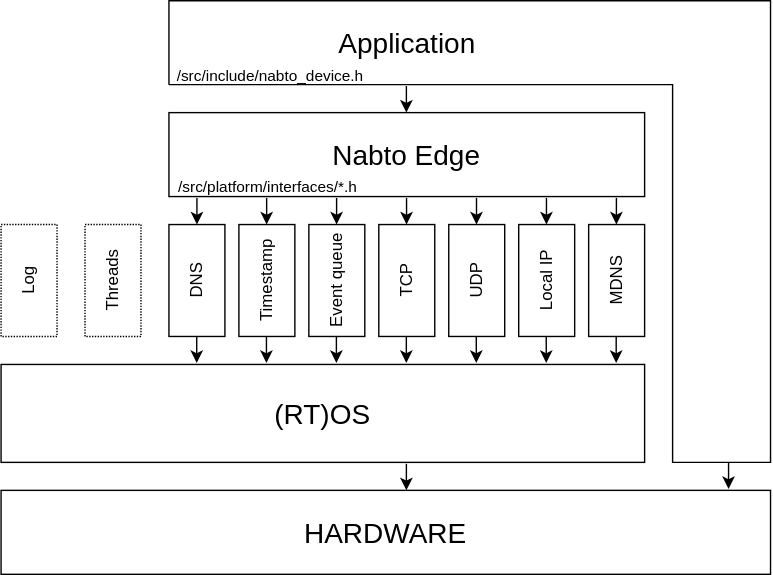
Before: doc/images/platform_integration_overview.svg, a diagram exported from draw.io (nabto/nabto-embedded-sdk). Source tidied: cells renumbered, new cells last; positions are measured from the earlier drawing's top-left corner, leaving out a move shared by most shapes.
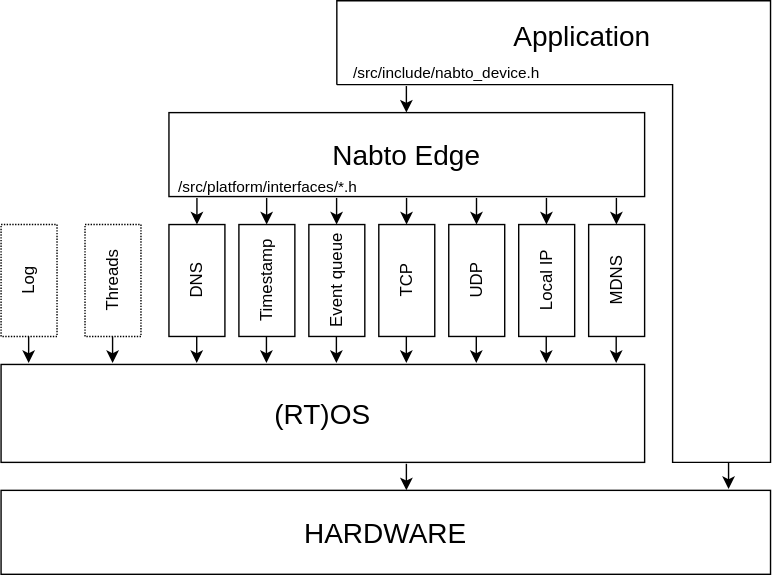
Later version of the same file.

What changed in the source:
```diff
@@ -117,19 +117,19 @@
     </mxCell>
     <mxCell id="26" style="endArrow=none;html=1;rounded=0;strokeColor=#000000;" parent="1" edge="1">
       <mxGeometry relative="1" as="geometry">
-        <mxPoint x="120" y="60" as="sourcePoint" />
-        <mxPoint x="120" y="60" as="targetPoint" />
+        <mxPoint x="240" y="60" as="sourcePoint" />
+        <mxPoint x="240" y="60" as="targetPoint" />
         <Array as="points">
           <mxPoint x="480" y="60" />
           <mxPoint x="480" y="330" />
           <mxPoint x="550" y="330" />
           <mxPoint x="550" />
-          <mxPoint x="120" />
+          <mxPoint x="240" />
         </Array>
       </mxGeometry>
     </mxCell>
     <mxCell id="27" value="&lt;font style=&quot;font-size: 20px&quot;&gt;Application&lt;/font&gt;" style="text;html=1;align=center;verticalAlign=middle;fontSize=15;" parent="1" vertex="1">
-      <mxGeometry x="235" y="20" width="110" height="20" as="geometry" />
+      <mxGeometry x="360" y="15" width="110" height="20" as="geometry" />
     </mxCell>
     <mxCell id="28" style="endArrow=classic;html=1;entryX=0.5;entryY=0;entryDx=0;entryDy=0;" parent="1" edge="1">
       <mxGeometry relative="1" as="geometry">
@@ -150,7 +150,7 @@
       </mxGeometry>
     </mxCell>
     <mxCell id="31" value="&lt;font style=&quot;font-size: 11px&quot;&gt;/src/include/nabto_device.h&lt;/font&gt;" style="text;html=1;align=left;verticalAlign=middle;fontSize=15;" parent="1" vertex="1">
-      <mxGeometry x="124" y="37" width="150" height="30" as="geometry" />
+      <mxGeometry x="250" y="35" width="150" height="30" as="geometry" />
     </mxCell>
     <mxCell id="32" value="&lt;font style=&quot;font-size: 11px&quot;&gt;/src/platform/interfaces/*.h&lt;/font&gt;" style="text;html=1;align=left;verticalAlign=middle;fontSize=15;labelPosition=center;verticalLabelPosition=middle;" parent="1" vertex="1">
       <mxGeometry x="125" y="116" width="140" height="30" as="geometry" />
@@ -161,5 +161,17 @@
     <mxCell id="34" value="Log" style="rounded=0;whiteSpace=wrap;html=1;rotation=0;horizontal=0;dashed=1;dashPattern=1 1;" parent="1" vertex="1">
       <mxGeometry y="160" width="40" height="80" as="geometry" />
     </mxCell>
+    <mxCell id="35" style="endArrow=classic;html=1;entryX=0.5;entryY=0;entryDx=0;entryDy=0;" parent="1" edge="1">
+      <mxGeometry relative="1" as="geometry">
+        <mxPoint x="79.7" y="240" as="sourcePoint" />
+        <mxPoint x="79.7" y="259" as="targetPoint" />
+      </mxGeometry>
+    </mxCell>
+    <mxCell id="36" style="endArrow=classic;html=1;entryX=0.5;entryY=0;entryDx=0;entryDy=0;" parent="1" edge="1">
+      <mxGeometry relative="1" as="geometry">
+        <mxPoint x="19.7" y="240" as="sourcePoint" />
+        <mxPoint x="19.7" y="259" as="targetPoint" />
+      </mxGeometry>
+    </mxCell>
   </root>
 </mxGraphModel>
```
